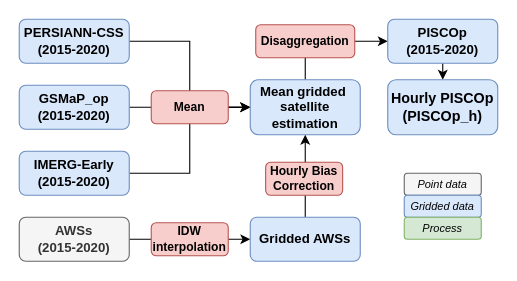
Before: Untitled Diagram.drawio in adrHuerta/diagrams, a draw.io diagram. Source tidied: cells renumbered, new cells numbered last; positions are measured from the earlier drawing's top-left corner, leaving out a move shared by most shapes. Both pictures are drawn from the tidied source at 110%, with x=0, y=0 at pixel (19, 19).
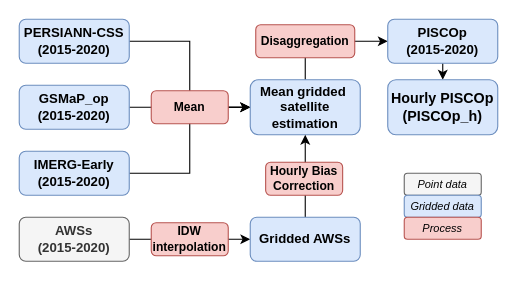
The same page after the edit.

Change to the diagram source:
```diff
@@
-    <mxCell id="23" value="Process" style="rounded=1;whiteSpace=wrap;html=1;fontSize=10;fillColor=#d5e8d4;strokeColor=#82b366;fontStyle=2;fontColor=#030303;" parent="1" vertex="1">
+    <mxCell id="23" value="Process" style="rounded=1;whiteSpace=wrap;html=1;fontSize=10;fillColor=#f8cecc;strokeColor=#b85450;fontStyle=2;" parent="1" vertex="1">
       <mxGeometry x="350" y="180" width="70" height="20" as="geometry" />
     </mxCell>
```
